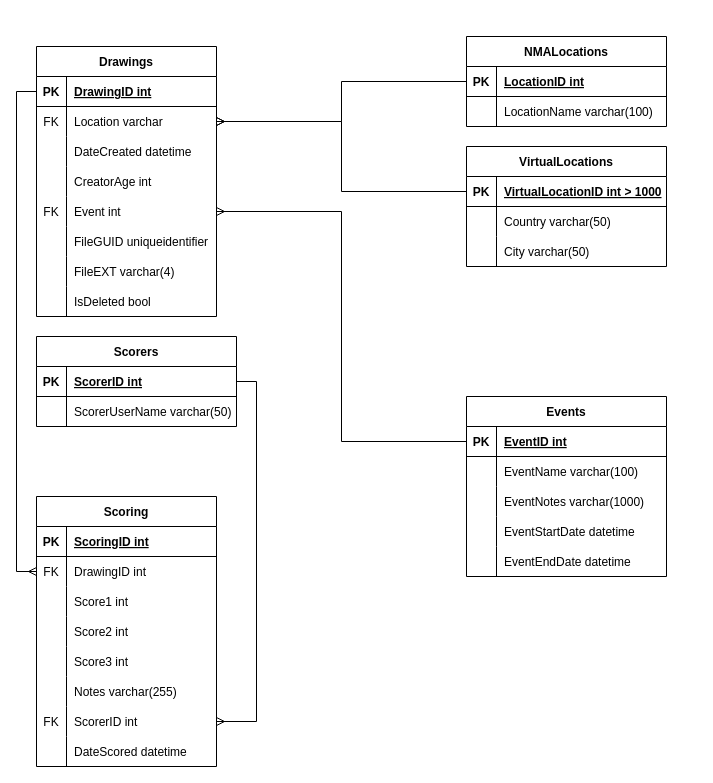
Above: Project Docs/Diagrams/Entity Relationship Diagram/NMA ERD.drawio in jgalminas/nma (draw.io), before the change. Source tidied: cells renumbered, new cells numbered last; positions are measured from the earlier drawing's top-left corner, leaving out a move shared by most shapes. Both pictures are drawn from the tidied source at 100%, with x=0, y=0 at pixel (36, 36).
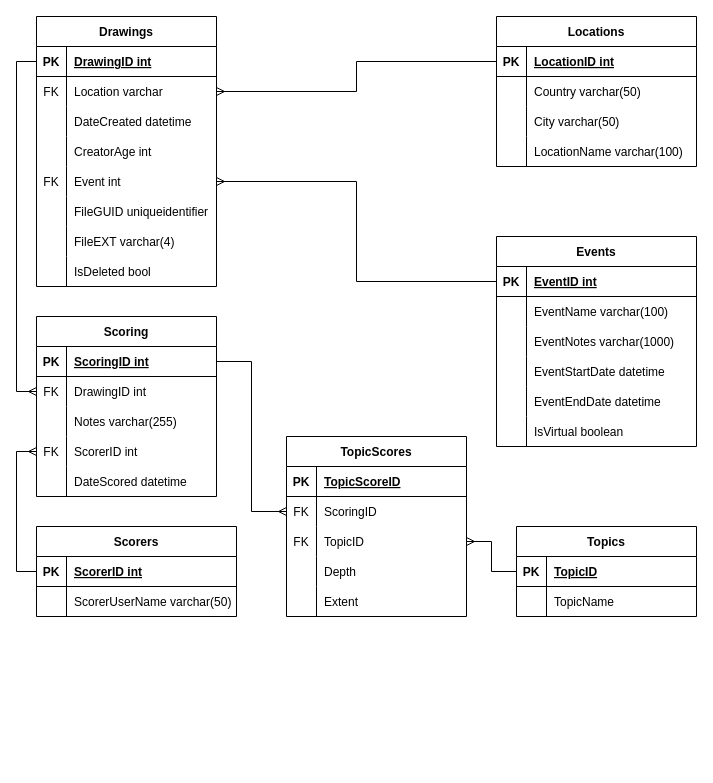
After the change.

Commit message (it also covers changes not shown here):
Updated ERD and added a notes document for the ERD. Also added the scoring documents from the NMA

The change refers to these unchanged cells:
```xml
<mxCell id="6" style="shape=tableRow;horizontal=0;startSize=0;swimlaneHead=0;swimlaneBody=0;fillColor=none;points=[[0,0.5],[1,0.5]];portConstraint=eastwest;top=0;left=0;right=0;bottom=0;" parent="2" vertex="1">
  <mxGeometry y="60" width="180" height="30" as="geometry" />
</mxCell>
<mxCell id="35" style="shape=tableRow;horizontal=0;startSize=0;swimlaneHead=0;swimlaneBody=0;fillColor=none;points=[[0,0.5],[1,0.5]];portConstraint=eastwest;top=0;left=0;right=0;bottom=1;" parent="34" vertex="1">
  <mxGeometry y="30" width="200" height="30" as="geometry" />
</mxCell>
<mxCell id="42" style="shape=tableRow;horizontal=0;startSize=0;swimlaneHead=0;swimlaneBody=0;fillColor=none;points=[[0,0.5],[1,0.5]];portConstraint=eastwest;top=0;left=0;right=0;bottom=1;" parent="41" vertex="1">
  <mxGeometry y="30" width="180" height="30" as="geometry" />
</mxCell>
<mxCell id="87" style="shape=tableRow;horizontal=0;startSize=0;swimlaneHead=0;swimlaneBody=0;fillColor=none;points=[[0,0.5],[1,0.5]];portConstraint=eastwest;top=0;left=0;right=0;bottom=1;" parent="86" vertex="1">
  <mxGeometry y="30" width="200" height="30" as="geometry" />
</mxCell>
```

What changed in the source:
```diff
@@
     <mxCell id="2" value="Drawings" style="shape=table;startSize=30;childLayout=tableLayout;rowLines=0;fontStyle=1;align=center;" parent="1" vertex="1">
-      <mxGeometry y="10" width="180" height="270" as="geometry" />
+      <mxGeometry y="-20" width="180" height="270" as="geometry" />
     </mxCell>
@@
-    <mxCell id="27" value="NMALocations" style="shape=table;startSize=30;childLayout=tableLayout;rowLines=0;fontStyle=1;align=center;" parent="1" vertex="1">
-      <mxGeometry x="430" width="200" height="90" as="geometry" />
-    </mxCell>
-    <mxCell id="28" style="shape=tableRow;horizontal=0;startSize=0;swimlaneHead=0;swimlaneBody=0;fillColor=none;points=[[0,0.5],[1,0.5]];portConstraint=eastwest;top=0;left=0;right=0;bottom=1;" parent="27" vertex="1">
-      <mxGeometry y="30" width="200" height="30" as="geometry" />
-    </mxCell>
-    <mxCell id="29" value="PK" style="shape=partialRectangle;fillColor=none;top=0;left=0;bottom=0;right=0;fontStyle=1;overflow=hidden;" parent="28" vertex="1">
-      <mxGeometry width="30" height="30" as="geometry" />
-    </mxCell>
-    <mxCell id="30" value="LocationID int" style="shape=partialRectangle;fillColor=none;top=0;left=0;bottom=0;right=0;align=left;spacingLeft=6;fontStyle=5;overflow=hidden;" parent="28" vertex="1">
-      <mxGeometry x="30" width="170" height="30" as="geometry" />
-    </mxCell>
-    <mxCell id="31" style="shape=tableRow;horizontal=0;startSize=0;swimlaneHead=0;swimlaneBody=0;fillColor=none;top=0;left=0;right=0;bottom=0;" parent="27" vertex="1">
-      <mxGeometry y="60" width="200" height="30" as="geometry" />
-    </mxCell>
-    <mxCell id="32" style="shape=partialRectangle;fillColor=none;top=0;left=0;bottom=0;right=0;overflow=hidden;" parent="31" vertex="1">
-      <mxGeometry width="30" height="30" as="geometry" />
-    </mxCell>
-    <mxCell id="33" value="LocationName varchar(100)" style="shape=partialRectangle;fillColor=none;top=0;left=0;bottom=0;right=0;align=left;spacingLeft=6;overflow=hidden;" parent="31" vertex="1">
-      <mxGeometry x="30" width="170" height="30" as="geometry" />
-    </mxCell>
     <mxCell id="34" value="Scorers" style="shape=table;startSize=30;childLayout=tableLayout;rowLines=0;fontStyle=1;align=center;" parent="1" vertex="1">
-      <mxGeometry y="300" width="200" height="90" as="geometry" />
+      <mxGeometry y="490" width="200" height="90" as="geometry" />
     </mxCell>
@@
     <mxCell id="41" value="Scoring" style="shape=table;startSize=30;childLayout=tableLayout;rowLines=0;fontStyle=1;align=center;" parent="1" vertex="1">
-      <mxGeometry y="460" width="180" height="270" as="geometry" />
+      <mxGeometry y="280" width="180" height="180" as="geometry" />
     </mxCell>
@@
-    <mxCell id="48" style="shape=tableRow;horizontal=0;startSize=0;swimlaneHead=0;swimlaneBody=0;fillColor=none;points=[[0,0.5],[1,0.5]];portConstraint=eastwest;top=0;left=0;right=0;bottom=0;" parent="41" vertex="1">
-      <mxGeometry y="90" width="180" height="30" as="geometry" />
-    </mxCell>
-    <mxCell id="49" style="shape=partialRectangle;fillColor=none;top=0;left=0;bottom=0;right=0;overflow=hidden;" parent="48" vertex="1">
-      <mxGeometry width="30" height="30" as="geometry" />
-    </mxCell>
-    <mxCell id="50" value="Score1 int" style="shape=partialRectangle;fillColor=none;top=0;left=0;bottom=0;right=0;align=left;spacingLeft=6;overflow=hidden;" parent="48" vertex="1">
-      <mxGeometry x="30" width="150" height="30" as="geometry" />
-    </mxCell>
-    <mxCell id="51" style="shape=tableRow;horizontal=0;startSize=0;swimlaneHead=0;swimlaneBody=0;fillColor=none;top=0;left=0;right=0;bottom=0;" parent="41" vertex="1">
-      <mxGeometry y="120" width="180" height="30" as="geometry" />
-    </mxCell>
-    <mxCell id="52" style="shape=partialRectangle;fillColor=none;top=0;left=0;bottom=0;right=0;overflow=hidden;" parent="51" vertex="1">
-      <mxGeometry width="30" height="30" as="geometry" />
-    </mxCell>
-    <mxCell id="53" value="Score2 int" style="shape=partialRectangle;fillColor=none;top=0;left=0;bottom=0;right=0;align=left;spacingLeft=6;overflow=hidden;" parent="51" vertex="1">
-      <mxGeometry x="30" width="150" height="30" as="geometry" />
-    </mxCell>
-    <mxCell id="54" style="shape=tableRow;horizontal=0;startSize=0;swimlaneHead=0;swimlaneBody=0;fillColor=none;top=0;left=0;right=0;bottom=0;" parent="41" vertex="1">
-      <mxGeometry y="150" width="180" height="30" as="geometry" />
-    </mxCell>
-    <mxCell id="55" style="shape=partialRectangle;fillColor=none;top=0;left=0;bottom=0;right=0;overflow=hidden;" parent="54" vertex="1">
-      <mxGeometry width="30" height="30" as="geometry" />
-    </mxCell>
-    <mxCell id="56" value="Score3 int" style="shape=partialRectangle;fillColor=none;top=0;left=0;bottom=0;right=0;align=left;spacingLeft=6;overflow=hidden;" parent="54" vertex="1">
-      <mxGeometry x="30" width="150" height="30" as="geometry" />
-    </mxCell>
     <mxCell id="57" style="shape=tableRow;horizontal=0;startSize=0;swimlaneHead=0;swimlaneBody=0;fillColor=none;top=0;left=0;right=0;bottom=0;" parent="41" vertex="1">
-      <mxGeometry y="180" width="180" height="30" as="geometry" />
+      <mxGeometry y="90" width="180" height="30" as="geometry" />
     </mxCell>
@@
     <mxCell id="60" style="shape=tableRow;horizontal=0;startSize=0;swimlaneHead=0;swimlaneBody=0;fillColor=none;points=[[0,0.5],[1,0.5]];portConstraint=eastwest;top=0;left=0;right=0;bottom=0;" parent="41" vertex="1">
-      <mxGeometry y="210" width="180" height="30" as="geometry" />
+      <mxGeometry y="120" width="180" height="30" as="geometry" />
     </mxCell>
@@
     <mxCell id="63" style="shape=tableRow;horizontal=0;startSize=0;swimlaneHead=0;swimlaneBody=0;fillColor=none;top=0;left=0;right=0;bottom=0;" parent="41" vertex="1">
-      <mxGeometry y="240" width="180" height="30" as="geometry" />
+      <mxGeometry y="150" width="180" height="30" as="geometry" />
     </mxCell>
@@
     <mxCell id="66" value="Events" style="shape=table;startSize=30;childLayout=tableLayout;rowLines=0;fontStyle=1;align=center;" parent="1" vertex="1">
-      <mxGeometry x="430" y="360" width="200" height="180" as="geometry" />
+      <mxGeometry x="460" y="200" width="200" height="210" as="geometry" />
     </mxCell>
@@
-    <mxCell id="82" style="edgeStyle=orthogonalEdgeStyle;rounded=0;jettySize=auto;html=1;exitX=0;exitY=0.5;exitDx=0;exitDy=0;entryX=1;entryY=0.5;entryDx=0;entryDy=0;endArrow=ERmany;endFill=0;" parent="1" edge="1" source="28" target="6">
-      <mxGeometry relative="1" as="geometry" />
-    </mxCell>
+    <mxCell id="97" style="shape=tableRow;horizontal=0;startSize=0;swimlaneHead=0;swimlaneBody=0;fillColor=none;top=0;left=0;right=0;bottom=0;" parent="66" vertex="1">
+      <mxGeometry y="180" width="200" height="30" as="geometry" />
+    </mxCell>
+    <mxCell id="98" style="shape=partialRectangle;fillColor=none;top=0;left=0;bottom=0;right=0;overflow=hidden;" parent="97" vertex="1">
+      <mxGeometry width="30" height="30" as="geometry" />
+    </mxCell>
+    <mxCell id="99" value="IsVirtual boolean" style="shape=partialRectangle;fillColor=none;top=0;left=0;bottom=0;right=0;align=left;spacingLeft=6;overflow=hidden;" parent="97" vertex="1">
+      <mxGeometry x="30" width="170" height="30" as="geometry" />
+    </mxCell>
@@
-    <mxCell id="85" style="edgeStyle=orthogonalEdgeStyle;rounded=0;jettySize=auto;html=1;exitX=1;exitY=0.5;exitDx=0;exitDy=0;entryX=1;entryY=0.5;entryDx=0;entryDy=0;endArrow=ERmany;endFill=0;" parent="1" edge="1" source="35" target="60">
-      <mxGeometry relative="1" as="geometry" />
-    </mxCell>
-    <mxCell id="86" value="VirtualLocations" style="shape=table;startSize=30;childLayout=tableLayout;rowLines=0;fontStyle=1;align=center;" parent="1" vertex="1">
-      <mxGeometry x="430" y="110" width="200" height="120" as="geometry" />
+    <mxCell id="86" value="Locations" style="shape=table;startSize=30;childLayout=tableLayout;rowLines=0;fontStyle=1;align=center;" parent="1" vertex="1">
+      <mxGeometry x="460" y="-20" width="200" height="150" as="geometry" />
     </mxCell>
@@
-    <mxCell id="89" value="VirtualLocationID int &gt; 1000" style="shape=partialRectangle;fillColor=none;top=0;left=0;bottom=0;right=0;align=left;spacingLeft=6;fontStyle=5;overflow=hidden;" parent="87" vertex="1">
+    <mxCell id="89" value="LocationID int" style="shape=partialRectangle;fillColor=none;top=0;left=0;bottom=0;right=0;align=left;spacingLeft=6;fontStyle=5;overflow=hidden;" parent="87" vertex="1">
       <mxGeometry x="30" width="170" height="30" as="geometry" />
     </mxCell>
@@
+    <mxCell id="100" style="shape=tableRow;horizontal=0;startSize=0;swimlaneHead=0;swimlaneBody=0;fillColor=none;top=0;left=0;right=0;bottom=0;" parent="86" vertex="1">
+      <mxGeometry y="120" width="200" height="30" as="geometry" />
+    </mxCell>
+    <mxCell id="101" style="shape=partialRectangle;fillColor=none;top=0;left=0;bottom=0;right=0;overflow=hidden;" parent="100" vertex="1">
+      <mxGeometry width="30" height="30" as="geometry" />
+    </mxCell>
+    <mxCell id="33" value="LocationName varchar(100)" style="shape=partialRectangle;fillColor=none;top=0;left=0;bottom=0;right=0;align=left;spacingLeft=6;overflow=hidden;" parent="100" vertex="1">
+      <mxGeometry x="30" width="170" height="30" as="geometry" />
+    </mxCell>
@@
+    <mxCell id="102" value="Topics" style="shape=table;startSize=30;childLayout=tableLayout;rowLines=0;fontStyle=1;align=center;" parent="1" vertex="1">
+      <mxGeometry x="480" y="490" width="180" height="90" as="geometry" />
+    </mxCell>
+    <mxCell id="103" style="shape=tableRow;horizontal=0;startSize=0;swimlaneHead=0;swimlaneBody=0;fillColor=none;points=[[0,0.5],[1,0.5]];portConstraint=eastwest;top=0;left=0;right=0;bottom=1;" parent="102" vertex="1">
+      <mxGeometry y="30" width="180" height="30" as="geometry" />
+    </mxCell>
+    <mxCell id="104" value="PK" style="shape=partialRectangle;fillColor=none;top=0;left=0;bottom=0;right=0;fontStyle=1;overflow=hidden;" parent="103" vertex="1">
+      <mxGeometry width="30" height="30" as="geometry" />
+    </mxCell>
+    <mxCell id="105" value="TopicID" style="shape=partialRectangle;fillColor=none;top=0;left=0;bottom=0;right=0;align=left;spacingLeft=6;fontStyle=5;overflow=hidden;" parent="103" vertex="1">
+      <mxGeometry x="30" width="150" height="30" as="geometry" />
+    </mxCell>
+    <mxCell id="106" style="shape=tableRow;horizontal=0;startSize=0;swimlaneHead=0;swimlaneBody=0;fillColor=none;top=0;left=0;right=0;bottom=0;" parent="102" vertex="1">
+      <mxGeometry y="60" width="180" height="30" as="geometry" />
+    </mxCell>
+    <mxCell id="107" style="shape=partialRectangle;fillColor=none;top=0;left=0;bottom=0;right=0;overflow=hidden;" parent="106" vertex="1">
+      <mxGeometry width="30" height="30" as="geometry" />
+    </mxCell>
+    <mxCell id="108" value="TopicName" style="shape=partialRectangle;fillColor=none;top=0;left=0;bottom=0;right=0;align=left;spacingLeft=6;overflow=hidden;" parent="106" vertex="1">
+      <mxGeometry x="30" width="150" height="30" as="geometry" />
+    </mxCell>
+    <mxCell id="109" value="TopicScores" style="shape=table;startSize=30;childLayout=tableLayout;rowLines=0;fontStyle=1;align=center;" parent="1" vertex="1">
+      <mxGeometry x="250" y="400" width="180" height="180" as="geometry" />
+    </mxCell>
+    <mxCell id="110" style="shape=tableRow;horizontal=0;startSize=0;swimlaneHead=0;swimlaneBody=0;fillColor=none;top=0;left=0;right=0;bottom=1;" parent="109" vertex="1">
+      <mxGeometry y="30" width="180" height="30" as="geometry" />
+    </mxCell>
+    <mxCell id="111" value="PK" style="shape=partialRectangle;fillColor=none;top=0;left=0;bottom=0;right=0;fontStyle=1;overflow=hidden;" parent="110" vertex="1">
+      <mxGeometry width="30" height="30" as="geometry" />
+    </mxCell>
+    <mxCell id="112" value="TopicScoreID" style="shape=partialRectangle;fillColor=none;top=0;left=0;bottom=0;right=0;align=left;spacingLeft=6;fontStyle=5;overflow=hidden;" parent="110" vertex="1">
+      <mxGeometry x="30" width="150" height="30" as="geometry" />
+    </mxCell>
+    <mxCell id="113" style="shape=tableRow;horizontal=0;startSize=0;swimlaneHead=0;swimlaneBody=0;fillColor=none;points=[[0,0.5],[1,0.5]];portConstraint=eastwest;top=0;left=0;right=0;bottom=0;" parent="109" vertex="1">
+      <mxGeometry y="60" width="180" height="30" as="geometry" />
+    </mxCell>
+    <mxCell id="114" value="FK" style="shape=partialRectangle;fillColor=none;top=0;left=0;bottom=0;right=0;overflow=hidden;" parent="113" vertex="1">
+      <mxGeometry width="30" height="30" as="geometry" />
+    </mxCell>
+    <mxCell id="115" value="ScoringID" style="shape=partialRectangle;fillColor=none;top=0;left=0;bottom=0;right=0;align=left;spacingLeft=6;overflow=hidden;" parent="113" vertex="1">
+      <mxGeometry x="30" width="150" height="30" as="geometry" />
+    </mxCell>
+    <mxCell id="48" style="shape=tableRow;horizontal=0;startSize=0;swimlaneHead=0;swimlaneBody=0;fillColor=none;points=[[0,0.5],[1,0.5]];portConstraint=eastwest;top=0;left=0;right=0;bottom=0;" parent="109" vertex="1">
+      <mxGeometry y="90" width="180" height="30" as="geometry" />
+    </mxCell>
+    <mxCell id="116" value="FK" style="shape=partialRectangle;fillColor=none;top=0;left=0;bottom=0;right=0;overflow=hidden;" parent="48" vertex="1">
+      <mxGeometry width="30" height="30" as="geometry" />
+    </mxCell>
+    <mxCell id="117" value="TopicID" style="shape=partialRectangle;fillColor=none;top=0;left=0;bottom=0;right=0;align=left;spacingLeft=6;overflow=hidden;" parent="48" vertex="1">
+      <mxGeometry x="30" width="150" height="30" as="geometry" />
+    </mxCell>
+    <mxCell id="51" style="shape=tableRow;horizontal=0;startSize=0;swimlaneHead=0;swimlaneBody=0;fillColor=none;top=0;left=0;right=0;bottom=0;" parent="109" vertex="1">
+      <mxGeometry y="120" width="180" height="30" as="geometry" />
+    </mxCell>
+    <mxCell id="118" style="shape=partialRectangle;fillColor=none;top=0;left=0;bottom=0;right=0;overflow=hidden;" parent="51" vertex="1">
+      <mxGeometry width="30" height="30" as="geometry" />
+    </mxCell>
+    <mxCell id="119" value="Depth" style="shape=partialRectangle;fillColor=none;top=0;left=0;bottom=0;right=0;align=left;spacingLeft=6;overflow=hidden;" parent="51" vertex="1">
+      <mxGeometry x="30" width="150" height="30" as="geometry" />
+    </mxCell>
+    <mxCell id="54" style="shape=tableRow;horizontal=0;startSize=0;swimlaneHead=0;swimlaneBody=0;fillColor=none;top=0;left=0;right=0;bottom=0;" parent="109" vertex="1">
+      <mxGeometry y="150" width="180" height="30" as="geometry" />
+    </mxCell>
+    <mxCell id="120" style="shape=partialRectangle;fillColor=none;top=0;left=0;bottom=0;right=0;overflow=hidden;" parent="54" vertex="1">
+      <mxGeometry width="30" height="30" as="geometry" />
+    </mxCell>
+    <mxCell id="121" value="Extent" style="shape=partialRectangle;fillColor=none;top=0;left=0;bottom=0;right=0;align=left;spacingLeft=6;overflow=hidden;" parent="54" vertex="1">
+      <mxGeometry x="30" width="150" height="30" as="geometry" />
+    </mxCell>
+    <mxCell id="122" style="edgeStyle=orthogonalEdgeStyle;rounded=0;jettySize=auto;html=1;endArrow=ERmany;endFill=0;" parent="1" edge="1" source="42" target="113">
+      <mxGeometry relative="1" as="geometry" />
+    </mxCell>
+    <mxCell id="123" style="edgeStyle=orthogonalEdgeStyle;rounded=0;jettySize=auto;html=1;entryX=1;entryY=0.5;entryDx=0;entryDy=0;endArrow=ERmany;endFill=0;" parent="1" edge="1" source="103" target="48">
+      <mxGeometry relative="1" as="geometry" />
+    </mxCell>
+    <mxCell id="85" style="edgeStyle=orthogonalEdgeStyle;rounded=0;jettySize=auto;html=1;entryX=0;entryY=0.5;entryDx=0;entryDy=0;endArrow=ERmany;endFill=0;" parent="1" edge="1" source="35" target="60">
+      <mxGeometry relative="1" as="geometry" />
+    </mxCell>
```
